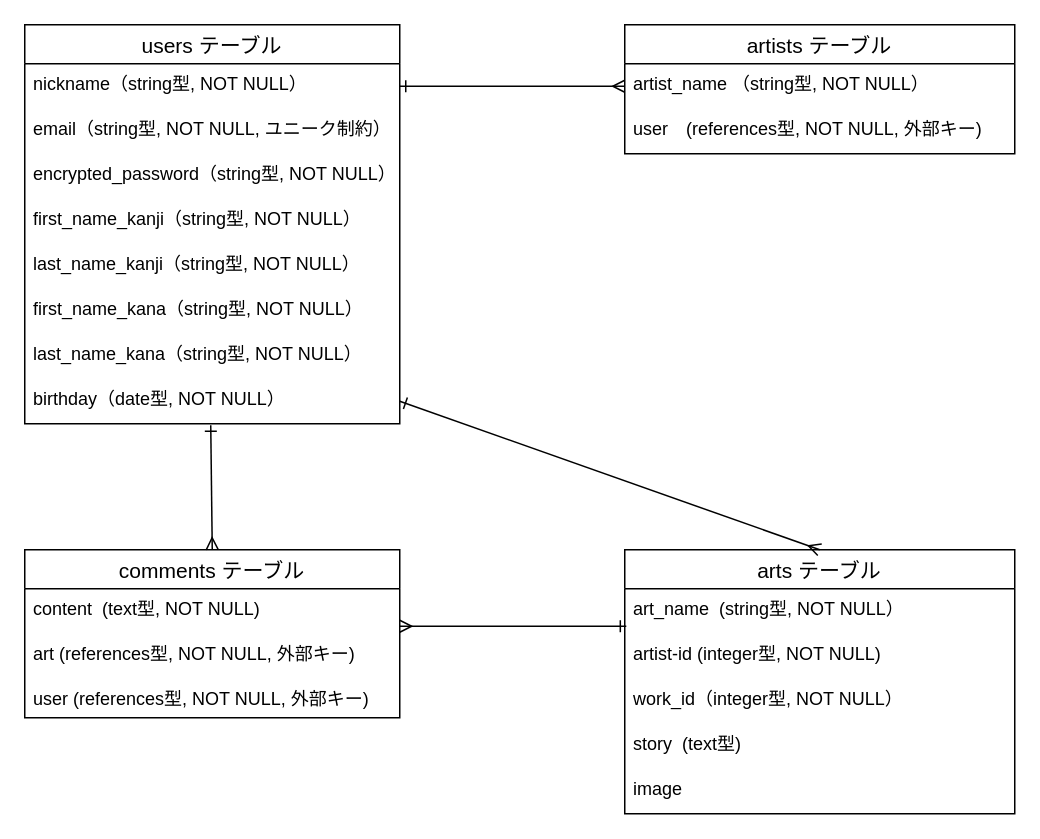
Tanaka925/original_app keeps this draw.io diagram as test.dio. Above is the earlier version. Source tidied: cells renumbered, new cells numbered last; positions are measured from the earlier drawing's top-left corner, leaving out a move shared by most shapes. Both pictures are drawn from the tidied source at 150%, with x=0, y=0 at pixel (24, 24).
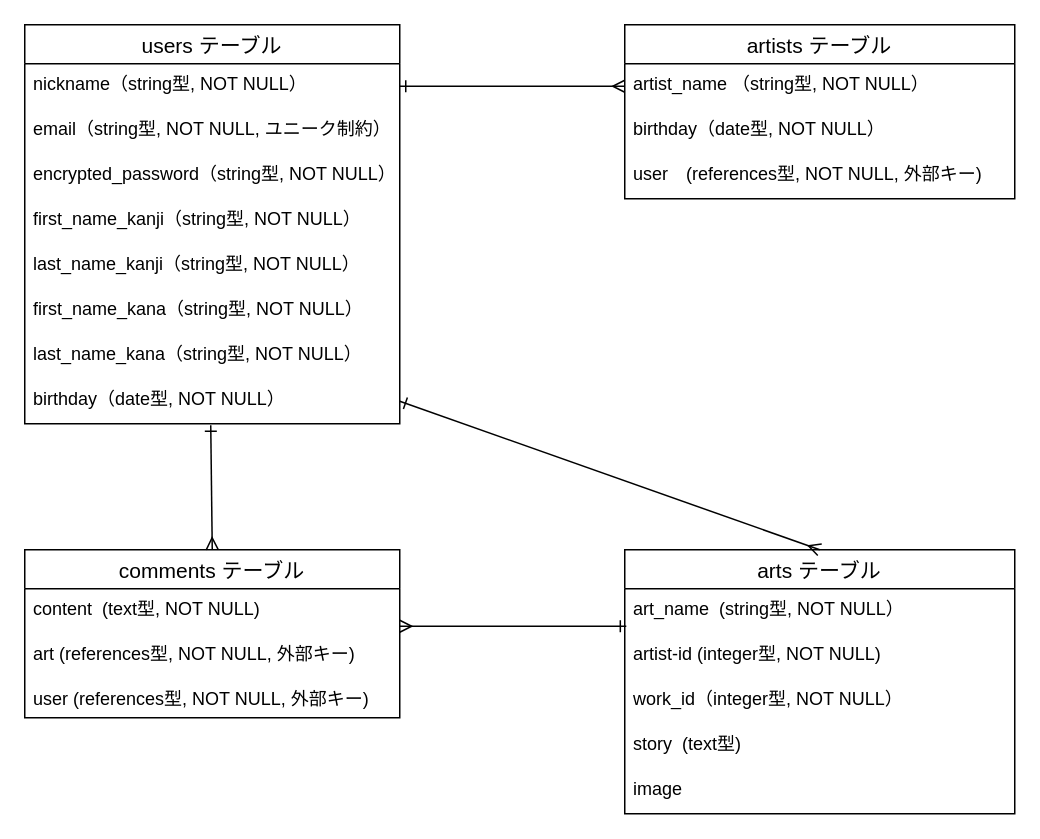
Above is the later version.

Commit message (it also covers changes not shown here):
DB設計の修正

What changed in the source:
```diff
@@
     <mxCell id="22" value="artists テーブル" style="swimlane;fontStyle=0;horizontal=1;startSize=26;align=center;fontSize=14;" parent="1" vertex="1">
-      <mxGeometry x="400" width="260" height="86" as="geometry" />
+      <mxGeometry x="400" width="260" height="116" as="geometry" />
     </mxCell>
@@
+    <mxCell id="28" value="birthday（date型, NOT NULL）" style="text;strokeColor=none;fillColor=none;spacingLeft=4;spacingRight=4;overflow=hidden;fontSize=12;" parent="22" vertex="1">
+      <mxGeometry y="56" width="260" height="30" as="geometry" />
+    </mxCell>
     <mxCell id="24" value="user　(references型, NOT NULL, 外部キー)" style="text;strokeColor=none;fillColor=none;spacingLeft=4;spacingRight=4;overflow=hidden;fontSize=12;" parent="22" vertex="1">
-      <mxGeometry y="56" width="260" height="30" as="geometry" />
+      <mxGeometry y="86" width="260" height="30" as="geometry" />
     </mxCell>
```
